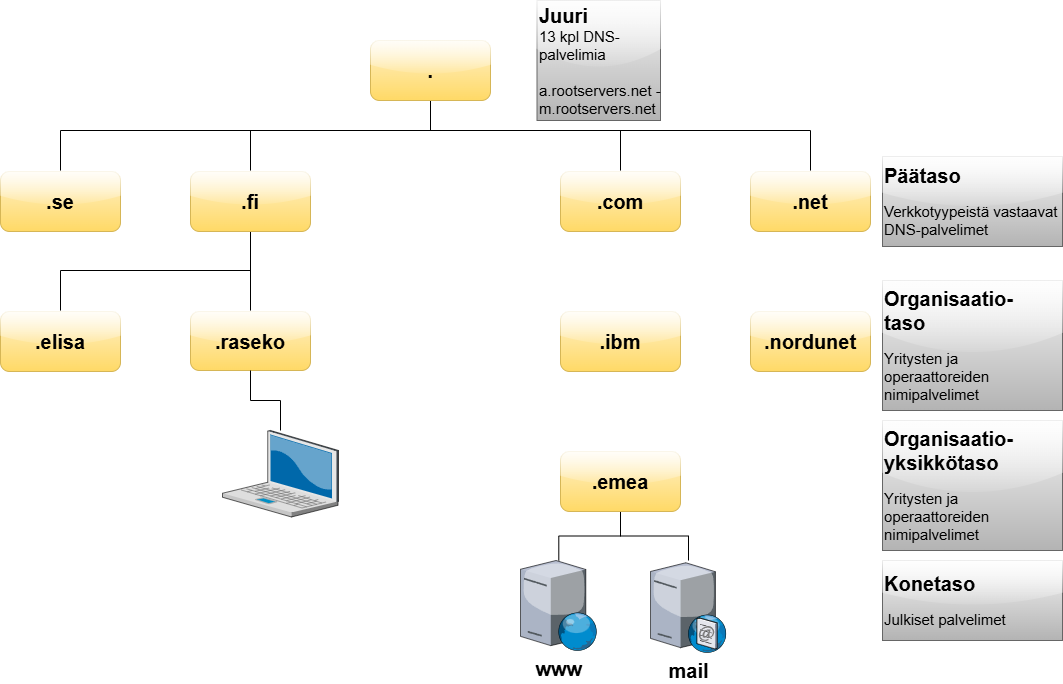
janimakra/LinuxDNS-DHCP keeps this draw.io diagram as docs/nettityyppei.drawio.png. Above is the earlier version. Source tidied: cells renumbered, new cells last; positions are measured from the earlier drawing's top-left corner, leaving out a move shared by most shapes.
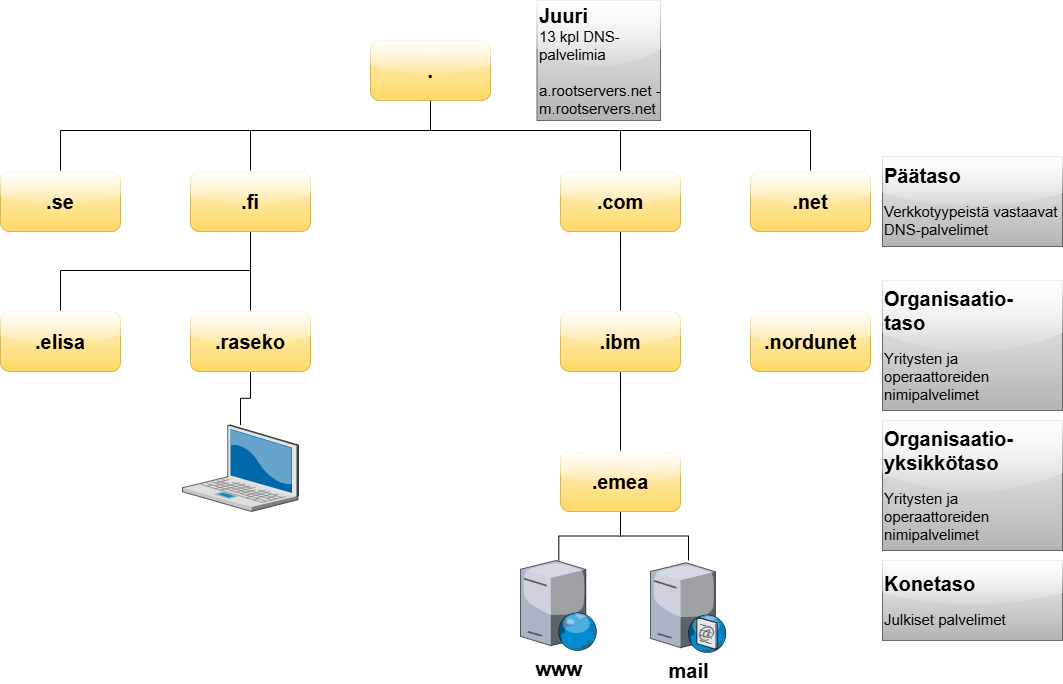
The same diagram one commit later.

Change to the diagram source:
```diff
@@ -18,7 +18,7 @@
         </Array>
       </mxGeometry>
     </mxCell>
-    <mxCell id="4" style="edgeStyle=orthogonalEdgeStyle;rounded=0;jettySize=auto;html=1;entryX=0.5;entryY=0;entryDx=0;entryDy=0;endArrow=none;endFill=0;" parent="1" edge="1" source="6" target="11">
+    <mxCell id="4" style="edgeStyle=orthogonalEdgeStyle;rounded=0;jettySize=auto;html=1;entryX=0.5;entryY=0;entryDx=0;entryDy=0;endArrow=none;endFill=0;" parent="1" edge="1" source="6" target="12">
       <mxGeometry relative="1" as="geometry">
         <Array as="points">
           <mxPoint x="430" y="130" />
@@ -26,7 +26,7 @@
         </Array>
       </mxGeometry>
     </mxCell>
-    <mxCell id="5" style="edgeStyle=orthogonalEdgeStyle;rounded=0;jettySize=auto;html=1;endArrow=none;endFill=0;" parent="1" edge="1" source="6" target="12">
+    <mxCell id="5" style="edgeStyle=orthogonalEdgeStyle;rounded=0;jettySize=auto;html=1;endArrow=none;endFill=0;" parent="1" edge="1" source="6" target="13">
       <mxGeometry relative="1" as="geometry">
         <Array as="points">
           <mxPoint x="430" y="130" />
@@ -40,10 +40,10 @@
     <mxCell id="7" value="&lt;b&gt;&lt;font style=&quot;font-size: 20px;&quot;&gt;.se&lt;/font&gt;&lt;/b&gt;" style="rounded=1;whiteSpace=wrap;html=1;fillColor=#fff2cc;gradientColor=#ffd966;strokeColor=#d6b656;glass=1;" parent="1" vertex="1">
       <mxGeometry y="171" width="120" height="60" as="geometry" />
     </mxCell>
-    <mxCell id="8" style="edgeStyle=orthogonalEdgeStyle;rounded=0;jettySize=auto;html=1;endArrow=none;endFill=0;" parent="1" edge="1" source="10" target="14">
+    <mxCell id="8" style="edgeStyle=orthogonalEdgeStyle;rounded=0;jettySize=auto;html=1;endArrow=none;endFill=0;" parent="1" edge="1" source="10" target="17">
       <mxGeometry relative="1" as="geometry" />
     </mxCell>
-    <mxCell id="9" style="edgeStyle=orthogonalEdgeStyle;rounded=0;jettySize=auto;html=1;endArrow=none;endFill=0;" parent="1" edge="1" source="10" target="21">
+    <mxCell id="9" style="edgeStyle=orthogonalEdgeStyle;rounded=0;jettySize=auto;html=1;endArrow=none;endFill=0;" parent="1" edge="1" source="10" target="24">
       <mxGeometry relative="1" as="geometry">
         <Array as="points">
           <mxPoint x="250" y="270" />
@@ -54,59 +54,65 @@
     <mxCell id="10" value="&lt;font style=&quot;font-size: 20px;&quot;&gt;&lt;b style=&quot;&quot;&gt;.fi&lt;/b&gt;&lt;/font&gt;" style="rounded=1;whiteSpace=wrap;html=1;fillColor=#fff2cc;gradientColor=#ffd966;strokeColor=#d6b656;glass=1;" parent="1" vertex="1">
       <mxGeometry x="190" y="171" width="120" height="60" as="geometry" />
     </mxCell>
-    <mxCell id="11" value="&lt;font style=&quot;font-size: 20px;&quot;&gt;&lt;b style=&quot;&quot;&gt;.com&lt;/b&gt;&lt;/font&gt;" style="rounded=1;whiteSpace=wrap;html=1;fillColor=#fff2cc;gradientColor=#ffd966;strokeColor=#d6b656;glass=1;" parent="1" vertex="1">
-      <mxGeometry x="560" y="171" width="120" height="60" as="geometry" />
+    <mxCell id="11" style="edgeStyle=orthogonalEdgeStyle;rounded=0;jettySize=auto;html=1;endArrow=none;endFill=0;" parent="1" edge="1" source="12" target="15">
+      <mxGeometry relative="1" as="geometry" />
     </mxCell>
-    <mxCell id="12" value="&lt;font style=&quot;font-size: 20px;&quot;&gt;&lt;b style=&quot;&quot;&gt;.net&lt;/b&gt;&lt;/font&gt;" style="rounded=1;whiteSpace=wrap;html=1;fillColor=#fff2cc;gradientColor=#ffd966;strokeColor=#d6b656;glass=1;" parent="1" vertex="1">
-      <mxGeometry x="750" y="171" width="120" height="60" as="geometry" />
+    <mxCell id="12" value="&lt;font style=&quot;font-size: 20px;&quot;&gt;&lt;b style=&quot;&quot;&gt;.com&lt;/b&gt;&lt;/font&gt;" style="rounded=1;whiteSpace=wrap;html=1;fillColor=#fff2cc;gradientColor=#ffd966;strokeColor=#d6b656;glass=1;" parent="1" vertex="1">
+      <mxGeometry x="560" y="171" width="120" height="60" as="geometry" />
     </mxCell>
-    <mxCell id="13" value="&lt;font style=&quot;font-size: 20px;&quot;&gt;&lt;b style=&quot;&quot;&gt;.ibm&lt;/b&gt;&lt;/font&gt;" style="rounded=1;whiteSpace=wrap;html=1;fillColor=#fff2cc;gradientColor=#ffd966;strokeColor=#d6b656;glass=1;" parent="1" vertex="1">
-      <mxGeometry x="560" y="311" width="120" height="60" as="geometry" />
+    <mxCell id="13" value="&lt;font style=&quot;font-size: 20px;&quot;&gt;&lt;b style=&quot;&quot;&gt;.net&lt;/b&gt;&lt;/font&gt;" style="rounded=1;whiteSpace=wrap;html=1;fillColor=#fff2cc;gradientColor=#ffd966;strokeColor=#d6b656;glass=1;" parent="1" vertex="1">
+      <mxGeometry x="750" y="171" width="120" height="60" as="geometry" />
     </mxCell>
-    <mxCell id="14" value="&lt;font style=&quot;font-size: 20px;&quot;&gt;&lt;b style=&quot;&quot;&gt;.raseko&lt;/b&gt;&lt;/font&gt;" style="rounded=1;whiteSpace=wrap;html=1;fillColor=#fff2cc;gradientColor=#ffd966;strokeColor=#d6b656;glass=1;" parent="1" vertex="1">
-      <mxGeometry x="190" y="311" width="120" height="59" as="geometry" />
+    <mxCell id="14" style="edgeStyle=orthogonalEdgeStyle;rounded=0;jettySize=auto;html=1;endArrow=none;endFill=0;" parent="1" edge="1" source="15" target="21">
+      <mxGeometry relative="1" as="geometry" />
     </mxCell>
-    <mxCell id="15" value="&lt;font style=&quot;font-size: 20px;&quot;&gt;&lt;b style=&quot;&quot;&gt;.nordunet&lt;/b&gt;&lt;/font&gt;" style="rounded=1;whiteSpace=wrap;html=1;fillColor=#fff2cc;gradientColor=#ffd966;strokeColor=#d6b656;glass=1;" parent="1" vertex="1">
-      <mxGeometry x="750" y="311" width="120" height="60" as="geometry" />
+    <mxCell id="15" value="&lt;font style=&quot;font-size: 20px;&quot;&gt;&lt;b style=&quot;&quot;&gt;.ibm&lt;/b&gt;&lt;/font&gt;" style="rounded=1;whiteSpace=wrap;html=1;fillColor=#fff2cc;gradientColor=#ffd966;strokeColor=#d6b656;glass=1;" parent="1" vertex="1">
+      <mxGeometry x="560" y="311" width="120" height="60" as="geometry" />
     </mxCell>
-    <mxCell id="16" style="edgeStyle=orthogonalEdgeStyle;rounded=0;jettySize=auto;html=1;endArrow=none;endFill=0;" parent="1" edge="1" source="18" target="19">
+    <mxCell id="16" style="edgeStyle=orthogonalEdgeStyle;rounded=0;jettySize=auto;html=1;endArrow=none;endFill=0;" parent="1" edge="1" source="17" target="30">
       <mxGeometry relative="1" as="geometry" />
     </mxCell>
-    <mxCell id="17" style="edgeStyle=orthogonalEdgeStyle;rounded=0;jettySize=auto;html=1;endArrow=none;endFill=0;" parent="1" edge="1" source="18" target="20">
-      <mxGeometry relative="1" as="geometry" />
+    <mxCell id="17" value="&lt;font style=&quot;font-size: 20px;&quot;&gt;&lt;b style=&quot;&quot;&gt;.raseko&lt;/b&gt;&lt;/font&gt;" style="rounded=1;whiteSpace=wrap;html=1;fillColor=#fff2cc;gradientColor=#ffd966;strokeColor=#d6b656;glass=1;" parent="1" vertex="1">
+      <mxGeometry x="190" y="311" width="120" height="60" as="geometry" />
     </mxCell>
-    <mxCell id="18" value="&lt;font style=&quot;font-size: 20px;&quot;&gt;&lt;b style=&quot;&quot;&gt;.emea&lt;/b&gt;&lt;/font&gt;" style="rounded=1;whiteSpace=wrap;html=1;fillColor=#fff2cc;gradientColor=#ffd966;strokeColor=#d6b656;glass=1;" parent="1" vertex="1">
-      <mxGeometry x="560" y="451" width="120" height="60" as="geometry" />
+    <mxCell id="18" value="&lt;font style=&quot;font-size: 20px;&quot;&gt;&lt;b style=&quot;&quot;&gt;.nordunet&lt;/b&gt;&lt;/font&gt;" style="rounded=1;whiteSpace=wrap;html=1;fillColor=#fff2cc;gradientColor=#ffd966;strokeColor=#d6b656;glass=1;" parent="1" vertex="1">
+      <mxGeometry x="750" y="311" width="120" height="60" as="geometry" />
     </mxCell>
-    <mxCell id="19" value="&lt;font style=&quot;font-size: 20px;&quot;&gt;&lt;b&gt;www&lt;/b&gt;&lt;/font&gt;" style="verticalLabelPosition=bottom;sketch=0;html=1;verticalAlign=top;strokeColor=none;align=center;outlineConnect=0;shape=mxgraph.citrix.web_server;" parent="1" vertex="1">
-      <mxGeometry x="520" y="560" width="76.5" height="90" as="geometry" />
+    <mxCell id="19" style="edgeStyle=orthogonalEdgeStyle;rounded=0;jettySize=auto;html=1;endArrow=none;endFill=0;" parent="1" edge="1" source="21" target="22">
+      <mxGeometry relative="1" as="geometry" />
     </mxCell>
-    <mxCell id="20" value="&lt;font style=&quot;font-size: 20px;&quot;&gt;&lt;b&gt;mail&lt;/b&gt;&lt;/font&gt;" style="verticalLabelPosition=bottom;sketch=0;html=1;verticalAlign=top;strokeColor=none;align=center;outlineConnect=0;shape=mxgraph.citrix.smtp_server;" parent="1" vertex="1">
-      <mxGeometry x="650" y="560" width="76" height="92" as="geometry" />
+    <mxCell id="20" style="edgeStyle=orthogonalEdgeStyle;rounded=0;jettySize=auto;html=1;endArrow=none;endFill=0;" parent="1" edge="1" source="21" target="23">
+      <mxGeometry relative="1" as="geometry" />
     </mxCell>
-    <mxCell id="21" value="&lt;font style=&quot;font-size: 20px;&quot;&gt;&lt;b style=&quot;&quot;&gt;.elisa&lt;/b&gt;&lt;/font&gt;" style="rounded=1;whiteSpace=wrap;html=1;fillColor=#fff2cc;gradientColor=#ffd966;strokeColor=#d6b656;glass=1;" parent="1" vertex="1">
-      <mxGeometry y="311" width="120" height="60" as="geometry" />
+    <mxCell id="21" value="&lt;font style=&quot;font-size: 20px;&quot;&gt;&lt;b style=&quot;&quot;&gt;.emea&lt;/b&gt;&lt;/font&gt;" style="rounded=1;whiteSpace=wrap;html=1;fillColor=#fff2cc;gradientColor=#ffd966;strokeColor=#d6b656;glass=1;" parent="1" vertex="1">
+      <mxGeometry x="560" y="451" width="120" height="60" as="geometry" />
     </mxCell>
-    <mxCell id="22" value="&lt;div style=&quot;&quot;&gt;&lt;font style=&quot;font-size: 20px;&quot;&gt;&lt;b&gt;Juuri&lt;/b&gt;&lt;/font&gt;&lt;/div&gt;&lt;div style=&quot;&quot;&gt;&lt;span style=&quot;font-size: 15px;&quot;&gt;13 kpl DNS-palvelimia&lt;/span&gt;&lt;/div&gt;&lt;div style=&quot;&quot;&gt;&lt;span style=&quot;font-size: 15px;&quot;&gt;&lt;br&gt;&lt;/span&gt;&lt;/div&gt;&lt;div style=&quot;&quot;&gt;&lt;span style=&quot;font-size: 15px;&quot;&gt;a.rootservers.net -&lt;/span&gt;&lt;/div&gt;&lt;div style=&quot;&quot;&gt;&lt;span style=&quot;font-size: 15px;&quot;&gt;m.rootservers.net&lt;/span&gt;&lt;/div&gt;" style="text;html=1;whiteSpace=wrap;align=left;verticalAlign=middle;rounded=0;fillColor=#f5f5f5;strokeColor=#666666;gradientColor=#b3b3b3;glass=1;shadow=0;" parent="1" vertex="1">
-      <mxGeometry x="536.5" width="123.5" height="120" as="geometry" />
+    <mxCell id="22" value="&lt;font style=&quot;font-size: 20px;&quot;&gt;&lt;b&gt;www&lt;/b&gt;&lt;/font&gt;" style="verticalLabelPosition=bottom;sketch=0;html=1;verticalAlign=top;strokeColor=none;align=center;outlineConnect=0;shape=mxgraph.citrix.web_server;" parent="1" vertex="1">
+      <mxGeometry x="520" y="560" width="76.5" height="90" as="geometry" />
     </mxCell>
-    <mxCell id="23" value="&lt;font style=&quot;font-size: 20px;&quot;&gt;&lt;b&gt;Päätaso&lt;/b&gt;&lt;/font&gt;&lt;div&gt;&lt;br&gt;&lt;/div&gt;&lt;div&gt;&lt;font style=&quot;font-size: 15px;&quot;&gt;Verkkotyypeistä vastaavat DNS-palvelimet&lt;/font&gt;&lt;/div&gt;" style="text;html=1;whiteSpace=wrap;strokeColor=#666666;fillColor=#f5f5f5;align=left;verticalAlign=middle;rounded=0;gradientColor=#b3b3b3;glass=1;" parent="1" vertex="1">
-      <mxGeometry x="882" y="156" width="180" height="90" as="geometry" />
+    <mxCell id="23" value="&lt;font style=&quot;font-size: 20px;&quot;&gt;&lt;b&gt;mail&lt;/b&gt;&lt;/font&gt;" style="verticalLabelPosition=bottom;sketch=0;html=1;verticalAlign=top;strokeColor=none;align=center;outlineConnect=0;shape=mxgraph.citrix.smtp_server;" parent="1" vertex="1">
+      <mxGeometry x="650" y="560" width="76" height="92" as="geometry" />
     </mxCell>
-    <mxCell id="24" value="&lt;span style=&quot;font-size: 20px;&quot;&gt;&lt;b&gt;Organisaatio-&lt;/b&gt;&lt;/span&gt;&lt;div&gt;&lt;span style=&quot;font-size: 20px;&quot;&gt;&lt;b&gt;taso&lt;br&gt;&lt;/b&gt;&lt;/span&gt;&lt;div&gt;&lt;br&gt;&lt;/div&gt;&lt;div&gt;&lt;span style=&quot;font-size: 15px;&quot;&gt;Yritysten ja operaattoreiden nimipalvelimet&lt;/span&gt;&lt;/div&gt;&lt;/div&gt;" style="text;html=1;whiteSpace=wrap;strokeColor=#666666;fillColor=#f5f5f5;align=left;verticalAlign=middle;rounded=0;glass=1;gradientColor=#b3b3b3;" parent="1" vertex="1">
-      <mxGeometry x="882" y="280" width="180" height="130" as="geometry" />
+    <mxCell id="24" value="&lt;font style=&quot;font-size: 20px;&quot;&gt;&lt;b style=&quot;&quot;&gt;.elisa&lt;/b&gt;&lt;/font&gt;" style="rounded=1;whiteSpace=wrap;html=1;fillColor=#fff2cc;gradientColor=#ffd966;strokeColor=#d6b656;glass=1;" parent="1" vertex="1">
+      <mxGeometry y="311" width="120" height="60" as="geometry" />
     </mxCell>
-    <mxCell id="25" value="&lt;div&gt;&lt;span style=&quot;font-size: 20px;&quot;&gt;&lt;b&gt;Organisaatio-&lt;/b&gt;&lt;/span&gt;&lt;/div&gt;&lt;div&gt;&lt;span style=&quot;font-size: 20px;&quot;&gt;&lt;b&gt;yksikkötaso&lt;/b&gt;&lt;/span&gt;&lt;/div&gt;&lt;div&gt;&lt;br&gt;&lt;/div&gt;&lt;div&gt;&lt;span style=&quot;font-size: 15px;&quot;&gt;Yritysten ja operaattoreiden nimipalvelimet&lt;/span&gt;&lt;/div&gt;" style="text;html=1;whiteSpace=wrap;strokeColor=#666666;fillColor=#f5f5f5;align=left;verticalAlign=middle;rounded=0;gradientColor=#b3b3b3;glass=1;" parent="1" vertex="1">
-      <mxGeometry x="882" y="420" width="180" height="130" as="geometry" />
+    <mxCell id="25" value="&lt;div style=&quot;&quot;&gt;&lt;font style=&quot;font-size: 20px;&quot;&gt;&lt;b&gt;Juuri&lt;/b&gt;&lt;/font&gt;&lt;/div&gt;&lt;div style=&quot;&quot;&gt;&lt;span style=&quot;font-size: 15px;&quot;&gt;13 kpl DNS-palvelimia&lt;/span&gt;&lt;/div&gt;&lt;div style=&quot;&quot;&gt;&lt;span style=&quot;font-size: 15px;&quot;&gt;&lt;br&gt;&lt;/span&gt;&lt;/div&gt;&lt;div style=&quot;&quot;&gt;&lt;span style=&quot;font-size: 15px;&quot;&gt;a.rootservers.net -&lt;/span&gt;&lt;/div&gt;&lt;div style=&quot;&quot;&gt;&lt;span style=&quot;font-size: 15px;&quot;&gt;m.rootservers.net&lt;/span&gt;&lt;/div&gt;" style="text;html=1;whiteSpace=wrap;align=left;verticalAlign=middle;rounded=0;fillColor=#f5f5f5;strokeColor=#666666;gradientColor=#b3b3b3;glass=1;shadow=0;" parent="1" vertex="1">
+      <mxGeometry x="536.5" width="123.5" height="120" as="geometry" />
     </mxCell>
-    <mxCell id="26" value="&lt;font style=&quot;font-size: 20px;&quot;&gt;&lt;b&gt;Konetaso&lt;/b&gt;&lt;/font&gt;&lt;div&gt;&lt;br&gt;&lt;/div&gt;&lt;div&gt;&lt;font style=&quot;font-size: 15px;&quot;&gt;Julkiset palvelimet&lt;/font&gt;&lt;/div&gt;" style="text;html=1;whiteSpace=wrap;strokeColor=#666666;fillColor=#f5f5f5;align=left;verticalAlign=middle;rounded=0;gradientColor=#b3b3b3;glass=1;" parent="1" vertex="1">
-      <mxGeometry x="882" y="560" width="180" height="80" as="geometry" />
+    <mxCell id="26" value="&lt;font style=&quot;font-size: 20px;&quot;&gt;&lt;b&gt;Päätaso&lt;/b&gt;&lt;/font&gt;&lt;div&gt;&lt;br&gt;&lt;/div&gt;&lt;div&gt;&lt;font style=&quot;font-size: 15px;&quot;&gt;Verkkotyypeistä vastaavat DNS-palvelimet&lt;/font&gt;&lt;/div&gt;" style="text;html=1;whiteSpace=wrap;strokeColor=#666666;fillColor=#f5f5f5;align=left;verticalAlign=middle;rounded=0;gradientColor=#b3b3b3;glass=1;" parent="1" vertex="1">
+      <mxGeometry x="882" y="156" width="180" height="90" as="geometry" />
     </mxCell>
-    <mxCell id="27" style="edgeStyle=orthogonalEdgeStyle;rounded=0;jettySize=auto;html=1;endArrow=none;endFill=0;" parent="1" edge="1" source="14" target="28">
-      <mxGeometry relative="1" as="geometry" />
+    <mxCell id="27" value="&lt;span style=&quot;font-size: 20px;&quot;&gt;&lt;b&gt;Organisaatio-&lt;/b&gt;&lt;/span&gt;&lt;div&gt;&lt;span style=&quot;font-size: 20px;&quot;&gt;&lt;b&gt;taso&lt;br&gt;&lt;/b&gt;&lt;/span&gt;&lt;div&gt;&lt;br&gt;&lt;/div&gt;&lt;div&gt;&lt;span style=&quot;font-size: 15px;&quot;&gt;Yritysten ja operaattoreiden nimipalvelimet&lt;/span&gt;&lt;/div&gt;&lt;/div&gt;" style="text;html=1;whiteSpace=wrap;strokeColor=#666666;fillColor=#f5f5f5;align=left;verticalAlign=middle;rounded=0;glass=1;gradientColor=#b3b3b3;" parent="1" vertex="1">
+      <mxGeometry x="882" y="280" width="180" height="130" as="geometry" />
     </mxCell>
-    <mxCell id="28" style="verticalLabelPosition=bottom;sketch=0;html=1;verticalAlign=top;strokeColor=none;align=center;outlineConnect=0;shape=mxgraph.citrix.laptop_2;" parent="1" vertex="1">
-      <mxGeometry x="222" y="430" width="116" height="86.5" as="geometry" />
+    <mxCell id="28" value="&lt;div&gt;&lt;span style=&quot;font-size: 20px;&quot;&gt;&lt;b&gt;Organisaatio-&lt;/b&gt;&lt;/span&gt;&lt;/div&gt;&lt;div&gt;&lt;span style=&quot;font-size: 20px;&quot;&gt;&lt;b&gt;yksikkötaso&lt;/b&gt;&lt;/span&gt;&lt;/div&gt;&lt;div&gt;&lt;br&gt;&lt;/div&gt;&lt;div&gt;&lt;span style=&quot;font-size: 15px;&quot;&gt;Yritysten ja operaattoreiden nimipalvelimet&lt;/span&gt;&lt;/div&gt;" style="text;html=1;whiteSpace=wrap;strokeColor=#666666;fillColor=#f5f5f5;align=left;verticalAlign=middle;rounded=0;gradientColor=#b3b3b3;glass=1;" parent="1" vertex="1">
+      <mxGeometry x="882" y="420" width="180" height="130" as="geometry" />
     </mxCell>
+    <mxCell id="29" value="&lt;font style=&quot;font-size: 20px;&quot;&gt;&lt;b&gt;Konetaso&lt;/b&gt;&lt;/font&gt;&lt;div&gt;&lt;br&gt;&lt;/div&gt;&lt;div&gt;&lt;font style=&quot;font-size: 15px;&quot;&gt;Julkiset palvelimet&lt;/font&gt;&lt;/div&gt;" style="text;html=1;whiteSpace=wrap;strokeColor=#666666;fillColor=#f5f5f5;align=left;verticalAlign=middle;rounded=0;gradientColor=#b3b3b3;glass=1;" parent="1" vertex="1">
+      <mxGeometry x="882" y="560" width="180" height="80" as="geometry" />
+    </mxCell>
+    <mxCell id="30" style="verticalLabelPosition=bottom;sketch=0;html=1;verticalAlign=top;strokeColor=none;align=center;outlineConnect=0;shape=mxgraph.citrix.laptop_2;" parent="1" vertex="1">
+      <mxGeometry x="182" y="424.5" width="116" height="86.5" as="geometry" />
+    </mxCell>
   </root>
 </mxGraphModel>
```
